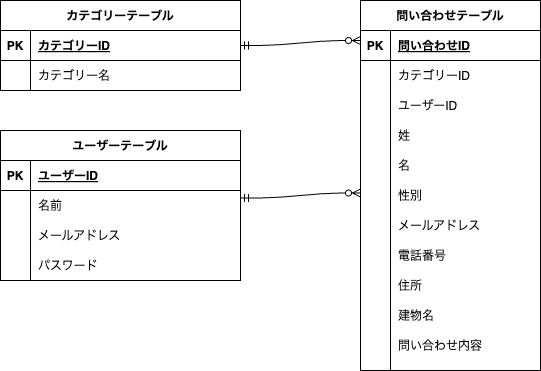
hiroyuki92/test_contact-form keeps this draw.io diagram as test_contact-form.drawio.png. Above is the earlier version. Source tidied: cells renumbered, new cells last; positions are measured from the earlier drawing's top-left corner, leaving out a move shared by most shapes.
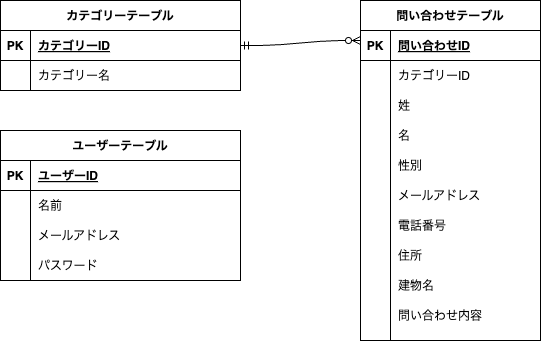
Later version of the same file.

Diff of the diagram source:
```diff
@@ -3,7 +3,7 @@
     <mxCell id="0" />
     <mxCell id="1" parent="0" />
     <mxCell id="2" value="カテゴリーテーブル" style="shape=table;startSize=30;rowLines=0;fontStyle=1;align=center;" parent="1" vertex="1">
-      <mxGeometry width="240" height="90" as="geometry" />
+      <mxGeometry y="30" width="240" height="90" as="geometry" />
     </mxCell>
     <mxCell id="3" style="shape=tableRow;horizontal=0;startSize=0;swimlaneHead=0;swimlaneBody=0;fillColor=none;points=[[0,0.5],[1,0.5]];portConstraint=eastwest;top=0;left=0;right=0;bottom=1;" parent="2" vertex="1">
       <mxGeometry y="30" width="240" height="30" as="geometry" />
@@ -24,7 +24,7 @@
       <mxGeometry x="30" width="210" height="30" as="geometry" />
     </mxCell>
     <mxCell id="9" value="問い合わせテーブル" style="shape=table;startSize=30;rowLines=0;fontStyle=1;align=center;" parent="1" vertex="1">
-      <mxGeometry x="360" width="180" height="370" as="geometry" />
+      <mxGeometry x="360" y="30" width="180" height="340" as="geometry" />
     </mxCell>
     <mxCell id="10" style="shape=tableRow;horizontal=0;startSize=0;swimlaneHead=0;swimlaneBody=0;fillColor=none;top=0;left=0;right=0;bottom=1;" parent="9" vertex="1">
       <mxGeometry y="30" width="180" height="30" as="geometry" />
@@ -44,17 +44,8 @@
     <mxCell id="15" value="カテゴリーID" style="shape=partialRectangle;fillColor=none;top=0;left=0;bottom=0;right=0;align=left;spacingLeft=6;overflow=hidden;" parent="13" vertex="1">
       <mxGeometry x="30" width="150" height="30" as="geometry" />
     </mxCell>
-    <mxCell id="16" style="shape=tableRow;horizontal=0;startSize=0;swimlaneHead=0;swimlaneBody=0;fillColor=none;top=0;left=0;right=0;bottom=0;" parent="9" vertex="1">
-      <mxGeometry y="90" width="180" height="30" as="geometry" />
-    </mxCell>
-    <mxCell id="17" style="shape=partialRectangle;fillColor=none;top=0;left=0;bottom=0;right=0;overflow=hidden;" parent="16" vertex="1">
-      <mxGeometry width="30" height="30" as="geometry" />
-    </mxCell>
-    <mxCell id="18" value="ユーザーID" style="shape=partialRectangle;fillColor=none;top=0;left=0;bottom=0;right=0;align=left;spacingLeft=6;overflow=hidden;" parent="16" vertex="1">
-      <mxGeometry x="30" width="150" height="30" as="geometry" />
-    </mxCell>
     <mxCell id="19" style="shape=tableRow;horizontal=0;startSize=0;swimlaneHead=0;swimlaneBody=0;fillColor=none;top=0;left=0;right=0;bottom=0;" parent="9" vertex="1">
-      <mxGeometry y="120" width="180" height="30" as="geometry" />
+      <mxGeometry y="90" width="180" height="30" as="geometry" />
     </mxCell>
     <mxCell id="20" style="shape=partialRectangle;fillColor=none;top=0;left=0;bottom=0;right=0;overflow=hidden;" parent="19" vertex="1">
       <mxGeometry width="30" height="30" as="geometry" />
@@ -63,7 +54,7 @@
       <mxGeometry x="30" width="150" height="30" as="geometry" />
     </mxCell>
     <mxCell id="22" style="shape=tableRow;horizontal=0;startSize=0;swimlaneHead=0;swimlaneBody=0;fillColor=none;top=0;left=0;right=0;bottom=0;" parent="9" vertex="1">
-      <mxGeometry y="150" width="180" height="30" as="geometry" />
+      <mxGeometry y="120" width="180" height="30" as="geometry" />
     </mxCell>
     <mxCell id="23" style="shape=partialRectangle;fillColor=none;top=0;left=0;bottom=0;right=0;overflow=hidden;" parent="22" vertex="1">
       <mxGeometry width="30" height="30" as="geometry" />
@@ -72,7 +63,7 @@
       <mxGeometry x="30" width="150" height="30" as="geometry" />
     </mxCell>
     <mxCell id="25" style="shape=tableRow;horizontal=0;startSize=0;swimlaneHead=0;swimlaneBody=0;fillColor=none;top=0;left=0;right=0;bottom=0;" parent="9" vertex="1">
-      <mxGeometry y="180" width="180" height="30" as="geometry" />
+      <mxGeometry y="150" width="180" height="30" as="geometry" />
     </mxCell>
     <mxCell id="26" style="shape=partialRectangle;fillColor=none;top=0;left=0;bottom=0;right=0;overflow=hidden;" parent="25" vertex="1">
       <mxGeometry width="30" height="30" as="geometry" />
@@ -81,7 +72,7 @@
       <mxGeometry x="30" width="150" height="30" as="geometry" />
     </mxCell>
     <mxCell id="28" style="shape=tableRow;horizontal=0;startSize=0;swimlaneHead=0;swimlaneBody=0;fillColor=none;top=0;left=0;right=0;bottom=0;" parent="9" vertex="1">
-      <mxGeometry y="210" width="180" height="30" as="geometry" />
+      <mxGeometry y="180" width="180" height="30" as="geometry" />
     </mxCell>
     <mxCell id="29" style="shape=partialRectangle;fillColor=none;top=0;left=0;bottom=0;right=0;overflow=hidden;" parent="28" vertex="1">
       <mxGeometry width="30" height="30" as="geometry" />
@@ -90,7 +81,7 @@
       <mxGeometry x="30" width="150" height="30" as="geometry" />
     </mxCell>
     <mxCell id="31" style="shape=tableRow;horizontal=0;startSize=0;swimlaneHead=0;swimlaneBody=0;fillColor=none;top=0;left=0;right=0;bottom=0;" parent="9" vertex="1">
-      <mxGeometry y="240" width="180" height="30" as="geometry" />
+      <mxGeometry y="210" width="180" height="30" as="geometry" />
     </mxCell>
     <mxCell id="32" style="shape=partialRectangle;fillColor=none;top=0;left=0;bottom=0;right=0;overflow=hidden;" parent="31" vertex="1">
       <mxGeometry width="30" height="30" as="geometry" />
@@ -99,7 +90,7 @@
       <mxGeometry x="30" width="150" height="30" as="geometry" />
     </mxCell>
     <mxCell id="34" style="shape=tableRow;horizontal=0;startSize=0;swimlaneHead=0;swimlaneBody=0;fillColor=none;top=0;left=0;right=0;bottom=0;" parent="9" vertex="1">
-      <mxGeometry y="270" width="180" height="30" as="geometry" />
+      <mxGeometry y="240" width="180" height="30" as="geometry" />
     </mxCell>
     <mxCell id="35" style="shape=partialRectangle;fillColor=none;top=0;left=0;bottom=0;right=0;overflow=hidden;" parent="34" vertex="1">
       <mxGeometry width="30" height="30" as="geometry" />
@@ -108,7 +99,7 @@
       <mxGeometry x="30" width="150" height="30" as="geometry" />
     </mxCell>
     <mxCell id="37" style="shape=tableRow;horizontal=0;startSize=0;swimlaneHead=0;swimlaneBody=0;fillColor=none;top=0;left=0;right=0;bottom=0;" parent="9" vertex="1">
-      <mxGeometry y="300" width="180" height="30" as="geometry" />
+      <mxGeometry y="270" width="180" height="30" as="geometry" />
     </mxCell>
     <mxCell id="38" style="shape=partialRectangle;fillColor=none;top=0;left=0;bottom=0;right=0;overflow=hidden;" parent="37" vertex="1">
       <mxGeometry width="30" height="30" as="geometry" />
@@ -117,7 +108,7 @@
       <mxGeometry x="30" width="150" height="30" as="geometry" />
     </mxCell>
     <mxCell id="40" style="shape=tableRow;horizontal=0;startSize=0;swimlaneHead=0;swimlaneBody=0;fillColor=none;top=0;left=0;right=0;bottom=0;" parent="9" vertex="1">
-      <mxGeometry y="330" width="180" height="20" as="geometry" />
+      <mxGeometry y="300" width="180" height="20" as="geometry" />
     </mxCell>
     <mxCell id="41" style="shape=partialRectangle;fillColor=none;top=0;left=0;bottom=0;right=0;overflow=hidden;" parent="40" vertex="1">
       <mxGeometry width="30" height="20" as="geometry" />
@@ -126,7 +117,7 @@
       <mxGeometry x="30" width="150" height="20" as="geometry" />
     </mxCell>
     <mxCell id="43" style="shape=tableRow;horizontal=0;startSize=0;swimlaneHead=0;swimlaneBody=0;fillColor=none;top=0;left=0;right=0;bottom=0;" parent="9" vertex="1">
-      <mxGeometry y="350" width="180" height="20" as="geometry" />
+      <mxGeometry y="320" width="180" height="20" as="geometry" />
     </mxCell>
     <mxCell id="44" style="shape=partialRectangle;fillColor=none;top=0;left=0;bottom=0;right=0;overflow=hidden;" parent="43" vertex="1">
       <mxGeometry width="30" height="20" as="geometry" />
@@ -135,7 +126,7 @@
       <mxGeometry x="30" width="150" height="20" as="geometry" />
     </mxCell>
     <mxCell id="46" style="shape=partialRectangle;fillColor=none;top=0;left=0;bottom=0;right=0;overflow=hidden;" parent="1" vertex="1">
-      <mxGeometry x="360" y="150" width="30" height="30" as="geometry" />
+      <mxGeometry x="360" y="180" width="30" height="30" as="geometry" />
     </mxCell>
     <mxCell id="47" value="性別" style="shape=partialRectangle;top=0;left=0;bottom=0;right=0;align=left;spacingLeft=6;overflow=hidden;fillColor=none;perimeterSpacing=0;" parent="1" vertex="1">
       <mxGeometry x="390" y="180" width="150" height="30" as="geometry" />
@@ -157,11 +148,11 @@
     </mxCell>
     <mxCell id="53" style="edgeStyle=entityRelationEdgeStyle;fontSize=12;html=1;endArrow=ERzeroToMany;endFill=1;exitX=1;exitY=0.5;exitDx=0;exitDy=0;startArrow=ERmandOne;startFill=0;" parent="1" edge="1" source="3">
       <mxGeometry relative="1" as="geometry">
-        <mxPoint x="360" y="40" as="targetPoint" />
+        <mxPoint x="360" y="70" as="targetPoint" />
       </mxGeometry>
     </mxCell>
     <mxCell id="54" value="ユーザーテーブル" style="shape=table;startSize=30;rowLines=0;fontStyle=1;align=center;" parent="1" vertex="1">
-      <mxGeometry y="130" width="240" height="150" as="geometry" />
+      <mxGeometry y="160" width="240" height="150" as="geometry" />
     </mxCell>
     <mxCell id="55" style="shape=tableRow;horizontal=0;startSize=0;swimlaneHead=0;swimlaneBody=0;fillColor=none;top=0;left=0;right=0;bottom=1;" parent="54" vertex="1">
       <mxGeometry y="30" width="240" height="30" as="geometry" />
@@ -199,11 +190,5 @@
     <mxCell id="66" value="パスワード" style="shape=partialRectangle;fillColor=none;top=0;left=0;bottom=0;right=0;align=left;spacingLeft=6;overflow=hidden;" parent="64" vertex="1">
       <mxGeometry x="30" width="210" height="30" as="geometry" />
     </mxCell>
-    <mxCell id="67" style="edgeStyle=entityRelationEdgeStyle;fontSize=12;html=1;endArrow=ERzeroToMany;endFill=1;exitX=1;exitY=0.5;exitDx=0;exitDy=0;startArrow=ERmandOne;startFill=0;" parent="1" edge="1">
-      <mxGeometry relative="1" as="geometry">
-        <mxPoint x="240" y="197.5" as="sourcePoint" />
-        <mxPoint x="360" y="192.5" as="targetPoint" />
-      </mxGeometry>
-    </mxCell>
   </root>
 </mxGraphModel>
```
